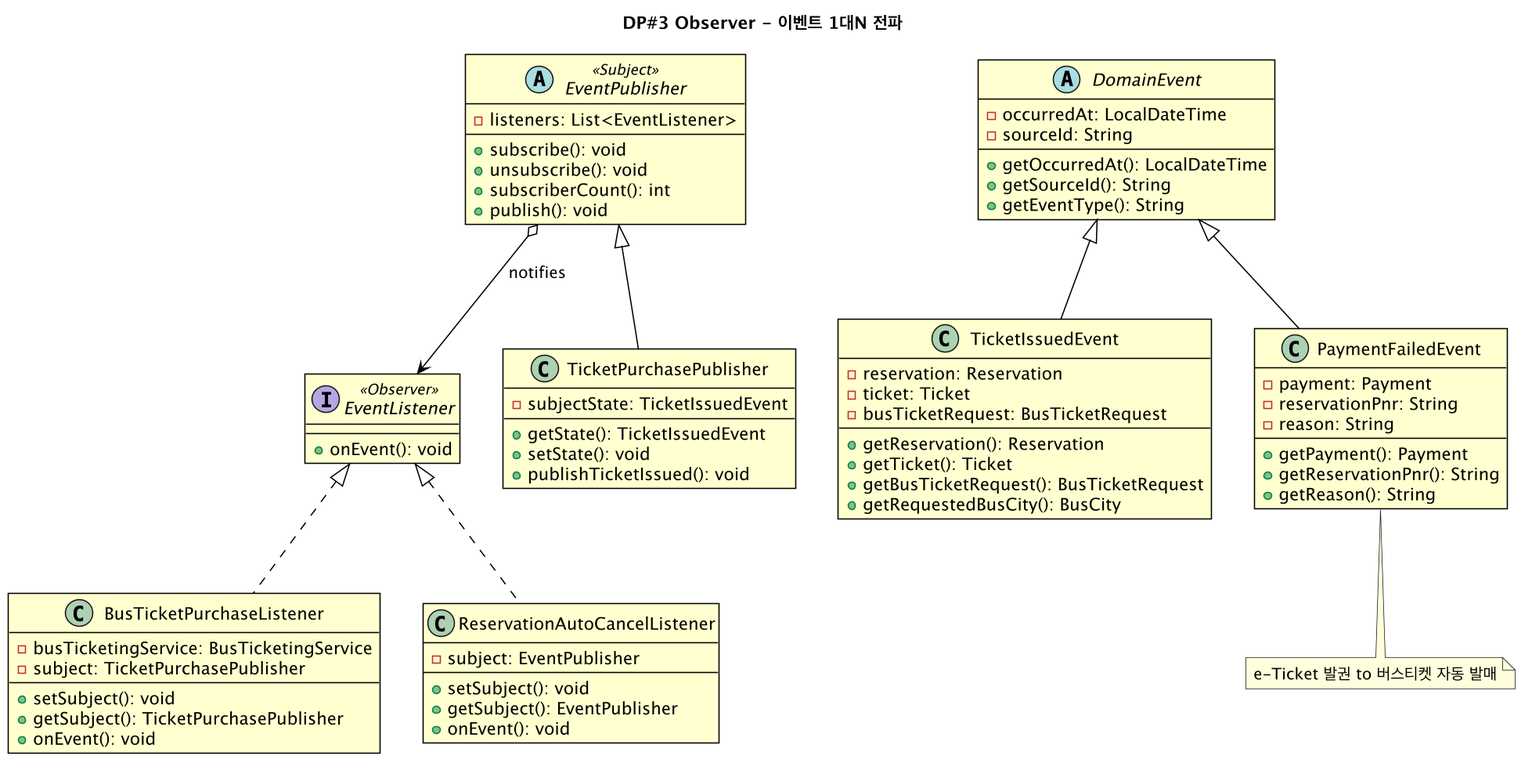
gimjungwook/KoreanAirReservationDomain keeps this PlantUML diagram as docs/diagrams/iter4-puml/dp3-observer.png. Above is the earlier version.
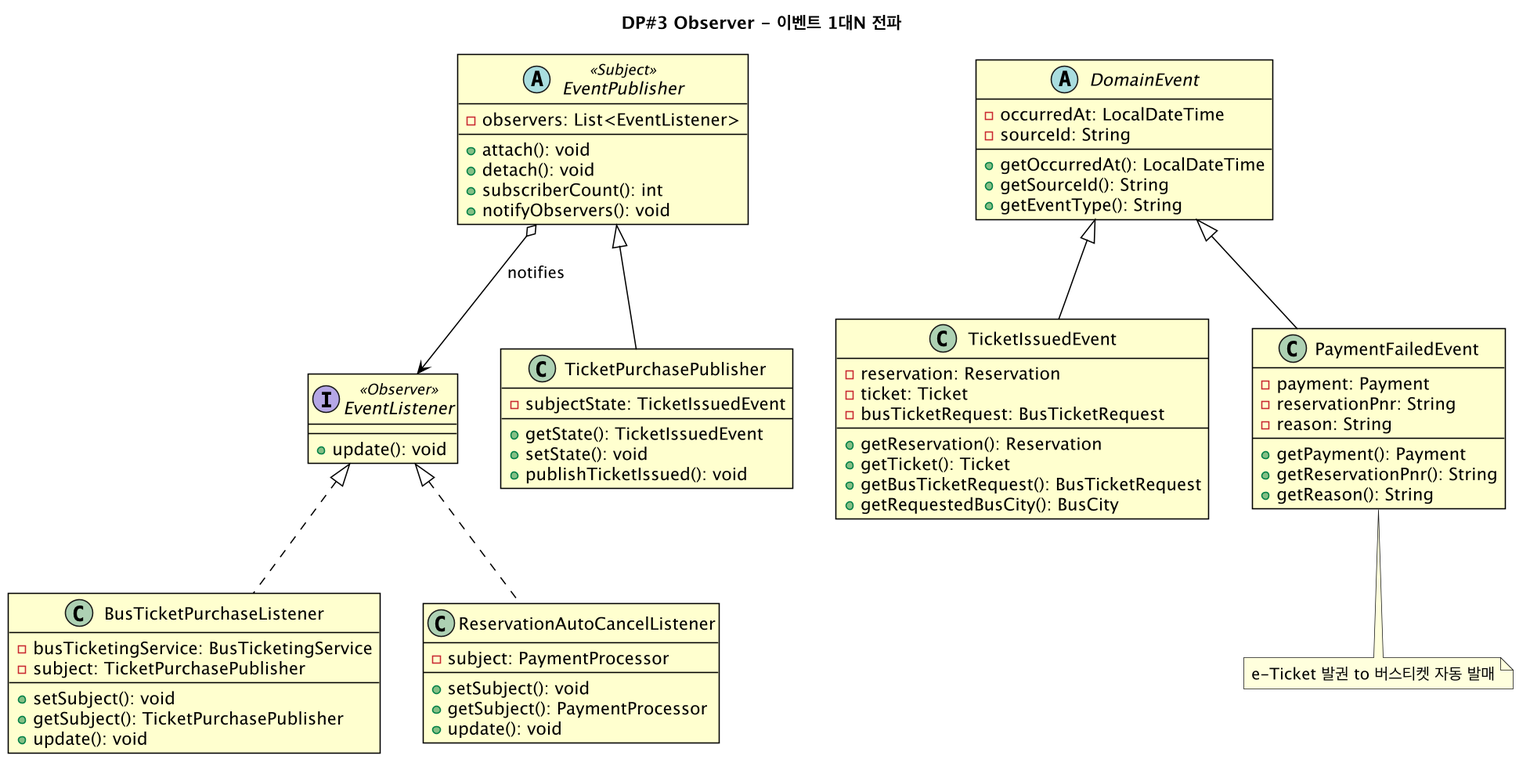
Above is the later version.

Commit message:
diagrams: refresh Observer + class-full for textbook method names (attach/detach/notifyObservers/update)

The edit, as a diff of the source:
```diff
@@ -2,15 +2,15 @@
 !include _style.puml
 title DP#3 Observer - 이벤트 1대N 전파
 abstract class EventPublisher <<Subject>> {
-  -listeners: List<EventListener>
+  -observers: List<EventListener>
   --
-  +subscribe(): void
-  +unsubscribe(): void
+  +attach(): void
+  +detach(): void
   +subscriberCount(): int
-  +publish(): void
+  +notifyObservers(): void
 }
 interface EventListener <<Observer>> {
-  +onEvent(): void
+  +update(): void
 }
 abstract class DomainEvent {
   -occurredAt: LocalDateTime
@@ -33,14 +33,14 @@
   --
   +setSubject(): void
   +getSubject(): TicketPurchasePublisher
-  +onEvent(): void
+  +update(): void
 }
 class ReservationAutoCancelListener {
-  -subject: EventPublisher
+  -subject: PaymentProcessor
   --
   +setSubject(): void
-  +getSubject(): EventPublisher
-  +onEvent(): void
+  +getSubject(): PaymentProcessor
+  +update(): void
 }
 class TicketIssuedEvent {
   -reservation: Reservation
```
